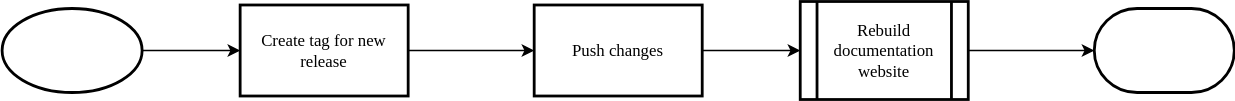
The draw.io diagram modules/ROOT/images/proc_release_new_version.drawio.svg in Netbeheer-Nederland/doc-documentation-manual, before a commit. Source tidied: cells renumbered, new cells last; positions are measured from the earlier drawing's top-left corner, leaving out a move shared by most shapes. Source of this version:
```xml
<mxGraphModel>
  <root>
    <mxCell id="0" />
    <mxCell id="1" parent="0" />
    <mxCell id="2" style="edgeStyle=orthogonalEdgeStyle;rounded=0;jettySize=auto;html=1;" parent="1" edge="1" source="3" target="6">
      <mxGeometry relative="1" as="geometry" />
    </mxCell>
    <mxCell id="3" style="strokeWidth=2;html=1;shape=mxgraph.flowchart.start_1;whiteSpace=wrap;rounded=0;fontFamily=Verdana;" parent="1" vertex="1">
      <mxGeometry y="5.5" width="100" height="60" as="geometry" />
    </mxCell>
    <mxCell id="4" style="strokeWidth=2;html=1;shape=mxgraph.flowchart.terminator;whiteSpace=wrap;hachureGap=4;fontFamily=Architects Daughter;fontSource=https%3A%2F%2Ffonts.googleapis.com%2Fcss%3Ffamily%3DArchitects%2BDaughter;" parent="1" vertex="1">
      <mxGeometry x="780" y="5.5" width="100" height="60" as="geometry" />
    </mxCell>
    <mxCell id="5" style="edgeStyle=orthogonalEdgeStyle;rounded=0;jettySize=auto;html=1;" parent="1" edge="1" source="6" target="8">
      <mxGeometry relative="1" as="geometry" />
    </mxCell>
    <mxCell id="6" value="Create tag for new release" style="rounded=0;whiteSpace=wrap;html=1;absoluteArcSize=1;arcSize=14;strokeWidth=2;fontFamily=Verdana;" parent="1" vertex="1">
      <mxGeometry x="170" y="3" width="120" height="65" as="geometry" />
    </mxCell>
    <mxCell id="7" style="edgeStyle=orthogonalEdgeStyle;rounded=0;jettySize=auto;html=1;" parent="1" edge="1" source="8" target="10">
      <mxGeometry relative="1" as="geometry" />
    </mxCell>
    <mxCell id="8" value="Push changes" style="rounded=0;whiteSpace=wrap;html=1;absoluteArcSize=1;arcSize=14;strokeWidth=2;fontFamily=Verdana;" parent="1" vertex="1">
      <mxGeometry x="380" y="3" width="120" height="65" as="geometry" />
    </mxCell>
    <mxCell id="9" style="edgeStyle=orthogonalEdgeStyle;rounded=0;jettySize=auto;html=1;" parent="1" edge="1" source="10" target="4">
      <mxGeometry relative="1" as="geometry" />
    </mxCell>
    <mxCell id="10" value="Rebuild documentation website" style="shape=process;whiteSpace=wrap;html=1;backgroundOutline=1;strokeWidth=2;fontFamily=Verdana;" parent="1" vertex="1">
      <mxGeometry x="570" y="0.5" width="120" height="70" as="geometry" />
    </mxCell>
  </root>
</mxGraphModel>
```
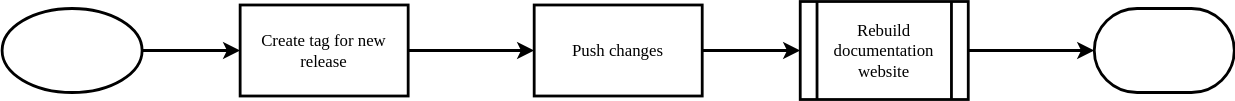
After the commit.

The edit, as a diff of the source:
```diff
@@ -2,7 +2,7 @@
   <root>
     <mxCell id="0" />
     <mxCell id="1" parent="0" />
-    <mxCell id="2" style="edgeStyle=orthogonalEdgeStyle;rounded=0;jettySize=auto;html=1;" parent="1" edge="1" source="3" target="6">
+    <mxCell id="2" style="edgeStyle=orthogonalEdgeStyle;rounded=0;jettySize=auto;html=1;strokeWidth=2;" parent="1" edge="1" source="3" target="6">
       <mxGeometry relative="1" as="geometry" />
     </mxCell>
     <mxCell id="3" style="strokeWidth=2;html=1;shape=mxgraph.flowchart.start_1;whiteSpace=wrap;rounded=0;fontFamily=Verdana;" parent="1" vertex="1">
@@ -11,19 +11,19 @@
     <mxCell id="4" style="strokeWidth=2;html=1;shape=mxgraph.flowchart.terminator;whiteSpace=wrap;hachureGap=4;fontFamily=Architects Daughter;fontSource=https%3A%2F%2Ffonts.googleapis.com%2Fcss%3Ffamily%3DArchitects%2BDaughter;" parent="1" vertex="1">
       <mxGeometry x="780" y="5.5" width="100" height="60" as="geometry" />
     </mxCell>
-    <mxCell id="5" style="edgeStyle=orthogonalEdgeStyle;rounded=0;jettySize=auto;html=1;" parent="1" edge="1" source="6" target="8">
+    <mxCell id="5" style="edgeStyle=orthogonalEdgeStyle;rounded=0;jettySize=auto;html=1;strokeWidth=2;" parent="1" edge="1" source="6" target="8">
       <mxGeometry relative="1" as="geometry" />
     </mxCell>
     <mxCell id="6" value="Create tag for new release" style="rounded=0;whiteSpace=wrap;html=1;absoluteArcSize=1;arcSize=14;strokeWidth=2;fontFamily=Verdana;" parent="1" vertex="1">
       <mxGeometry x="170" y="3" width="120" height="65" as="geometry" />
     </mxCell>
-    <mxCell id="7" style="edgeStyle=orthogonalEdgeStyle;rounded=0;jettySize=auto;html=1;" parent="1" edge="1" source="8" target="10">
+    <mxCell id="7" style="edgeStyle=orthogonalEdgeStyle;rounded=0;jettySize=auto;html=1;strokeWidth=2;" parent="1" edge="1" source="8" target="10">
       <mxGeometry relative="1" as="geometry" />
     </mxCell>
     <mxCell id="8" value="Push changes" style="rounded=0;whiteSpace=wrap;html=1;absoluteArcSize=1;arcSize=14;strokeWidth=2;fontFamily=Verdana;" parent="1" vertex="1">
       <mxGeometry x="380" y="3" width="120" height="65" as="geometry" />
     </mxCell>
-    <mxCell id="9" style="edgeStyle=orthogonalEdgeStyle;rounded=0;jettySize=auto;html=1;" parent="1" edge="1" source="10" target="4">
+    <mxCell id="9" style="edgeStyle=orthogonalEdgeStyle;rounded=0;jettySize=auto;html=1;strokeWidth=2;" parent="1" edge="1" source="10" target="4">
       <mxGeometry relative="1" as="geometry" />
     </mxCell>
     <mxCell id="10" value="Rebuild documentation website" style="shape=process;whiteSpace=wrap;html=1;backgroundOutline=1;strokeWidth=2;fontFamily=Verdana;" parent="1" vertex="1">
```
